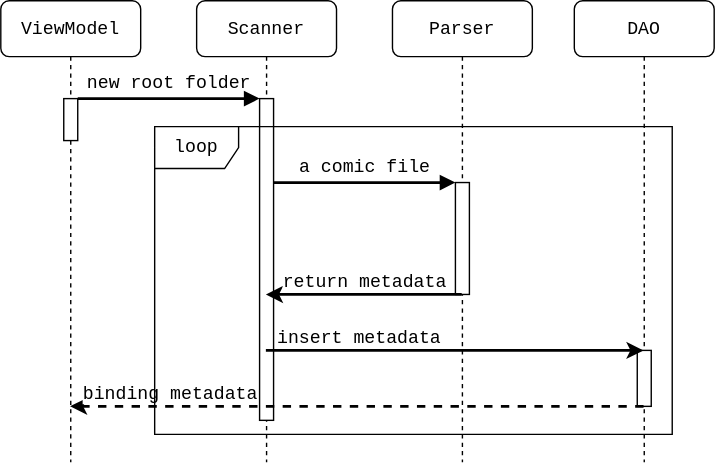
This is images/Scanning.svg from nvmnghia/thesis, a draw.io export, as it was before one commit. Source tidied: cells renumbered, new cells last; positions are measured from the earlier drawing's top-left corner, leaving out a move shared by most shapes. Source of this version:
```xml
<mxGraphModel background="#ffffff">
  <root>
    <mxCell id="0" />
    <mxCell id="1" parent="0" />
    <mxCell id="2" value="Scanner" style="shape=umlLifeline;perimeter=lifelinePerimeter;whiteSpace=wrap;html=1;rounded=1;shadow=0;comic=0;labelBackgroundColor=none;strokeWidth=1;fontFamily=Courier New;fontSize=13;align=center;" parent="1" vertex="1">
      <mxGeometry x="140" width="100" height="330" as="geometry" />
    </mxCell>
    <mxCell id="3" style="html=1;points=[];perimeter=orthogonalPerimeter;rounded=0;shadow=0;comic=0;labelBackgroundColor=none;strokeWidth=1;fontFamily=Courier New;fontSize=13;align=center;" parent="2" vertex="1">
      <mxGeometry x="45" y="70" width="10" height="230" as="geometry" />
    </mxCell>
    <mxCell id="4" value="Parser" style="shape=umlLifeline;perimeter=lifelinePerimeter;whiteSpace=wrap;html=1;outlineConnect=0;rounded=1;shadow=0;comic=0;labelBackgroundColor=none;strokeWidth=1;fontFamily=Courier New;fontSize=13;align=center;" parent="1" vertex="1">
      <mxGeometry x="280" width="100" height="330" as="geometry" />
    </mxCell>
    <mxCell id="5" style="html=1;points=[];perimeter=orthogonalPerimeter;rounded=0;shadow=0;comic=0;labelBackgroundColor=none;strokeWidth=1;fontFamily=Courier New;fontSize=13;align=center;" parent="4" vertex="1">
      <mxGeometry x="45" y="130" width="10" height="80" as="geometry" />
    </mxCell>
    <mxCell id="6" value="DAO" style="shape=umlLifeline;perimeter=lifelinePerimeter;whiteSpace=wrap;html=1;outlineConnect=0;rounded=1;shadow=0;comic=0;labelBackgroundColor=none;strokeWidth=1;fontFamily=Courier New;fontSize=13;align=center;" parent="1" vertex="1">
      <mxGeometry x="410" width="100" height="330" as="geometry" />
    </mxCell>
    <mxCell id="7" value="ViewModel" style="shape=umlLifeline;perimeter=lifelinePerimeter;whiteSpace=wrap;html=1;outlineConnect=0;rounded=1;shadow=0;comic=0;labelBackgroundColor=none;strokeWidth=1;fontFamily=Courier New;fontSize=13;align=center;" parent="1" vertex="1">
      <mxGeometry width="100" height="330" as="geometry" />
    </mxCell>
    <mxCell id="8" style="html=1;points=[];perimeter=orthogonalPerimeter;rounded=0;shadow=0;comic=0;labelBackgroundColor=none;strokeWidth=1;fontFamily=Courier New;fontSize=13;align=center;" parent="7" vertex="1">
      <mxGeometry x="45" y="70" width="10" height="30" as="geometry" />
    </mxCell>
    <mxCell id="9" style="html=1;perimeter=orthogonalPerimeter;rounded=0;shadow=0;comic=0;labelBackgroundColor=none;strokeWidth=1;fontFamily=Courier New;fontSize=13;align=center;" parent="1" vertex="1">
      <mxGeometry x="455" y="250" width="10" height="40" as="geometry" />
    </mxCell>
    <mxCell id="10" value="new root folder" style="html=1;verticalAlign=bottom;endArrow=block;entryX=0;entryY=0;labelBackgroundColor=none;fontFamily=Courier New;fontSize=13;edgeStyle=elbowEdgeStyle;elbow=vertical;strokeWidth=2;" parent="1" edge="1" source="8" target="3">
      <mxGeometry relative="1" as="geometry" />
    </mxCell>
    <mxCell id="11" value="a comic file" style="html=1;verticalAlign=bottom;endArrow=block;entryX=0;entryY=0;labelBackgroundColor=none;fontFamily=Courier New;fontSize=13;edgeStyle=elbowEdgeStyle;elbow=vertical;strokeWidth=2;" parent="1" edge="1" source="3" target="5">
      <mxGeometry relative="1" as="geometry" />
    </mxCell>
    <mxCell id="12" style="endArrow=classic;html=1;strokeWidth=2;fontFamily=Courier New;fontSize=13;" parent="1" edge="1">
      <mxGeometry relative="1" as="geometry">
        <mxPoint x="329.5" y="210" as="sourcePoint" />
        <mxPoint x="189.5" y="210" as="targetPoint" />
        <Array as="points">
          <mxPoint x="290" y="210" />
        </Array>
      </mxGeometry>
    </mxCell>
    <mxCell id="13" value="return metadata" style="edgeLabel;html=1;align=center;verticalAlign=middle;fontFamily=Courier New;fontSize=13;" parent="12" vertex="1">
      <mxGeometry relative="1" as="geometry">
        <mxPoint y="-10" as="offset" />
      </mxGeometry>
    </mxCell>
    <mxCell id="14" style="endArrow=classic;html=1;strokeWidth=2;fontFamily=Courier New;fontSize=13;" parent="1" edge="1">
      <mxGeometry relative="1" as="geometry">
        <mxPoint x="189.5" y="250" as="sourcePoint" />
        <mxPoint x="459.5" y="250" as="targetPoint" />
        <Array as="points">
          <mxPoint x="330" y="250" />
        </Array>
      </mxGeometry>
    </mxCell>
    <mxCell id="15" value="insert metadata" style="edgeLabel;html=1;align=center;verticalAlign=middle;fontFamily=Courier New;fontSize=13;" parent="14" vertex="1">
      <mxGeometry relative="1" as="geometry">
        <mxPoint x="-69" y="-10" as="offset" />
      </mxGeometry>
    </mxCell>
    <mxCell id="16" style="endArrow=classic;html=1;dashed=1;strokeWidth=2;fontFamily=Courier New;fontSize=13;" parent="1" edge="1">
      <mxGeometry relative="1" as="geometry">
        <mxPoint x="459.5" y="290" as="sourcePoint" />
        <mxPoint x="49.5" y="290" as="targetPoint" />
        <Array as="points">
          <mxPoint x="270" y="290" />
        </Array>
      </mxGeometry>
    </mxCell>
    <mxCell id="17" value="binding metadata" style="edgeLabel;html=1;align=center;verticalAlign=middle;fontFamily=Courier New;fontSize=13;" parent="16" vertex="1">
      <mxGeometry relative="1" as="geometry">
        <mxPoint x="-134" y="-10" as="offset" />
      </mxGeometry>
    </mxCell>
    <mxCell id="18" value="loop" style="shape=umlFrame;whiteSpace=wrap;html=1;fontFamily=Courier New;fontSize=13;" parent="1" vertex="1">
      <mxGeometry x="110" y="90" width="370" height="220" as="geometry" />
    </mxCell>
  </root>
</mxGraphModel>
```
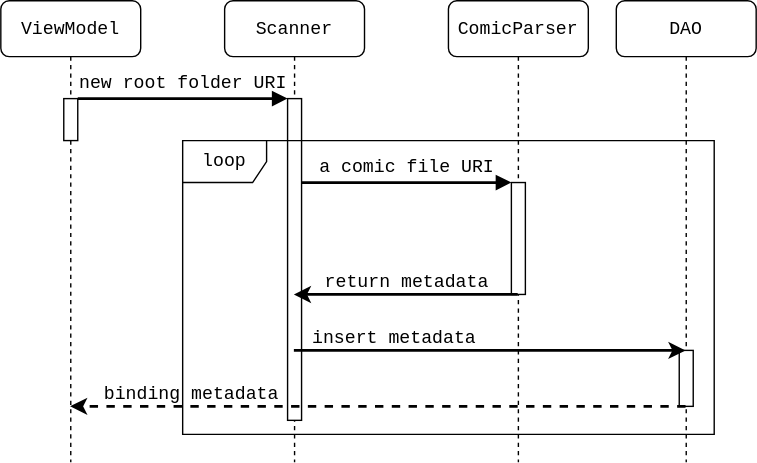
After the change.

What changed in the source:
```diff
@@ -8,33 +8,32 @@
     <mxCell id="3" style="html=1;points=[];perimeter=orthogonalPerimeter;rounded=0;shadow=0;comic=0;labelBackgroundColor=none;strokeWidth=1;fontFamily=Courier New;fontSize=13;align=center;" parent="2" vertex="1">
       <mxGeometry x="45" y="70" width="10" height="230" as="geometry" />
     </mxCell>
-    <mxCell id="4" value="Parser" style="shape=umlLifeline;perimeter=lifelinePerimeter;whiteSpace=wrap;html=1;outlineConnect=0;rounded=1;shadow=0;comic=0;labelBackgroundColor=none;strokeWidth=1;fontFamily=Courier New;fontSize=13;align=center;" parent="1" vertex="1">
-      <mxGeometry x="280" width="100" height="330" as="geometry" />
+    <mxCell id="4" value="ComicParser" style="shape=umlLifeline;perimeter=lifelinePerimeter;whiteSpace=wrap;html=1;outlineConnect=0;rounded=1;shadow=0;comic=0;labelBackgroundColor=none;strokeWidth=1;fontFamily=Courier New;fontSize=13;align=center;" parent="1" vertex="1">
+      <mxGeometry x="300" width="100" height="330" as="geometry" />
     </mxCell>
     <mxCell id="5" style="html=1;points=[];perimeter=orthogonalPerimeter;rounded=0;shadow=0;comic=0;labelBackgroundColor=none;strokeWidth=1;fontFamily=Courier New;fontSize=13;align=center;" parent="4" vertex="1">
       <mxGeometry x="45" y="130" width="10" height="80" as="geometry" />
     </mxCell>
     <mxCell id="6" value="DAO" style="shape=umlLifeline;perimeter=lifelinePerimeter;whiteSpace=wrap;html=1;outlineConnect=0;rounded=1;shadow=0;comic=0;labelBackgroundColor=none;strokeWidth=1;fontFamily=Courier New;fontSize=13;align=center;" parent="1" vertex="1">
-      <mxGeometry x="410" width="100" height="330" as="geometry" />
+      <mxGeometry x="420" width="100" height="330" as="geometry" />
     </mxCell>
     <mxCell id="7" value="ViewModel" style="shape=umlLifeline;perimeter=lifelinePerimeter;whiteSpace=wrap;html=1;outlineConnect=0;rounded=1;shadow=0;comic=0;labelBackgroundColor=none;strokeWidth=1;fontFamily=Courier New;fontSize=13;align=center;" parent="1" vertex="1">
-      <mxGeometry width="100" height="330" as="geometry" />
+      <mxGeometry x="-20" width="100" height="330" as="geometry" />
     </mxCell>
     <mxCell id="8" style="html=1;points=[];perimeter=orthogonalPerimeter;rounded=0;shadow=0;comic=0;labelBackgroundColor=none;strokeWidth=1;fontFamily=Courier New;fontSize=13;align=center;" parent="7" vertex="1">
       <mxGeometry x="45" y="70" width="10" height="30" as="geometry" />
     </mxCell>
     <mxCell id="9" style="html=1;perimeter=orthogonalPerimeter;rounded=0;shadow=0;comic=0;labelBackgroundColor=none;strokeWidth=1;fontFamily=Courier New;fontSize=13;align=center;" parent="1" vertex="1">
-      <mxGeometry x="455" y="250" width="10" height="40" as="geometry" />
+      <mxGeometry x="465" y="250" width="10" height="40" as="geometry" />
     </mxCell>
-    <mxCell id="10" value="new root folder" style="html=1;verticalAlign=bottom;endArrow=block;entryX=0;entryY=0;labelBackgroundColor=none;fontFamily=Courier New;fontSize=13;edgeStyle=elbowEdgeStyle;elbow=vertical;strokeWidth=2;" parent="1" edge="1" source="8" target="3">
+    <mxCell id="10" value="new root folder URI" style="html=1;verticalAlign=bottom;endArrow=block;entryX=0;entryY=0;labelBackgroundColor=none;fontFamily=Courier New;fontSize=13;edgeStyle=elbowEdgeStyle;elbow=vertical;strokeWidth=2;" parent="1" edge="1" source="8" target="3">
       <mxGeometry relative="1" as="geometry" />
     </mxCell>
-    <mxCell id="11" value="a comic file" style="html=1;verticalAlign=bottom;endArrow=block;entryX=0;entryY=0;labelBackgroundColor=none;fontFamily=Courier New;fontSize=13;edgeStyle=elbowEdgeStyle;elbow=vertical;strokeWidth=2;" parent="1" edge="1" source="3" target="5">
+    <mxCell id="11" value="a comic file URI" style="html=1;verticalAlign=bottom;endArrow=block;entryX=0;entryY=0;labelBackgroundColor=none;fontFamily=Courier New;fontSize=13;edgeStyle=elbowEdgeStyle;elbow=vertical;strokeWidth=2;" parent="1" edge="1" source="3" target="5">
       <mxGeometry relative="1" as="geometry" />
     </mxCell>
-    <mxCell id="12" style="endArrow=classic;html=1;strokeWidth=2;fontFamily=Courier New;fontSize=13;" parent="1" edge="1">
+    <mxCell id="12" style="endArrow=classic;html=1;strokeWidth=2;fontFamily=Courier New;fontSize=13;" parent="1" edge="1" source="4">
       <mxGeometry relative="1" as="geometry">
-        <mxPoint x="329.5" y="210" as="sourcePoint" />
         <mxPoint x="189.5" y="210" as="targetPoint" />
         <Array as="points">
           <mxPoint x="290" y="210" />
@@ -46,10 +45,9 @@
         <mxPoint y="-10" as="offset" />
       </mxGeometry>
     </mxCell>
-    <mxCell id="14" style="endArrow=classic;html=1;strokeWidth=2;fontFamily=Courier New;fontSize=13;" parent="1" edge="1">
+    <mxCell id="14" style="endArrow=classic;html=1;strokeWidth=2;fontFamily=Courier New;fontSize=13;" parent="1" edge="1" target="6">
       <mxGeometry relative="1" as="geometry">
         <mxPoint x="189.5" y="250" as="sourcePoint" />
-        <mxPoint x="459.5" y="250" as="targetPoint" />
         <Array as="points">
           <mxPoint x="330" y="250" />
         </Array>
@@ -60,10 +58,8 @@
         <mxPoint x="-69" y="-10" as="offset" />
       </mxGeometry>
     </mxCell>
-    <mxCell id="16" style="endArrow=classic;html=1;dashed=1;strokeWidth=2;fontFamily=Courier New;fontSize=13;" parent="1" edge="1">
+    <mxCell id="16" style="endArrow=classic;html=1;dashed=1;strokeWidth=2;fontFamily=Courier New;fontSize=13;" parent="1" edge="1" source="6" target="7">
       <mxGeometry relative="1" as="geometry">
-        <mxPoint x="459.5" y="290" as="sourcePoint" />
-        <mxPoint x="49.5" y="290" as="targetPoint" />
         <Array as="points">
           <mxPoint x="270" y="290" />
         </Array>
@@ -75,7 +71,7 @@
       </mxGeometry>
     </mxCell>
     <mxCell id="18" value="loop" style="shape=umlFrame;whiteSpace=wrap;html=1;fontFamily=Courier New;fontSize=13;" parent="1" vertex="1">
-      <mxGeometry x="110" y="90" width="370" height="220" as="geometry" />
+      <mxGeometry x="110" y="100" width="380" height="210" as="geometry" />
     </mxCell>
   </root>
 </mxGraphModel>
```
